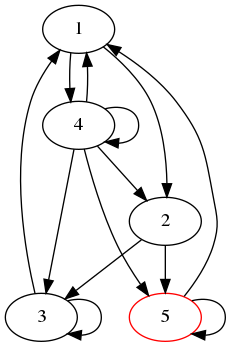
Before: TP5_DUROUCHOUX_TRINH/TP5/Digraph.gv.png, a diagram exported from Graphviz (cindytrinh/Pyt_tps). Its source is kept beside it as TP5_DUROUCHOUX_TRINH/TP5/Digraph.gv.
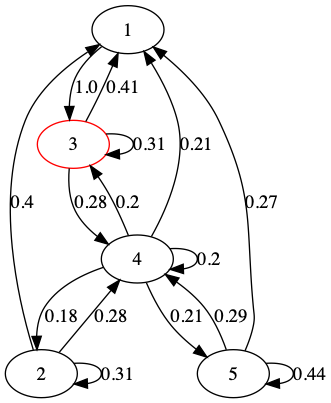
The same file after the commit.

What changed in the source:
```diff
@@ -1,20 +1,22 @@
 digraph {
 	1 [label=1]
 	2 [label=2]
-	3 [label=3]
+	3 [label=3 color=red]
 	4 [label=4]
-	5 [label=5 color=red]
-	1 -> 2
-	1 -> 4
-	2 -> 3
-	2 -> 5
-	3 -> 1
-	3 -> 3
-	4 -> 1
-	4 -> 2
-	4 -> 3
-	4 -> 4
-	4 -> 5
-	5 -> 1
-	5 -> 5
+	5 [label=5]
+	1 -> 3 [label=1.0]
+	2 -> 1 [label=0.4]
+	2 -> 2 [label=0.31]
+	2 -> 4 [label=0.28]
+	3 -> 1 [label=0.41]
+	3 -> 3 [label=0.31]
+	3 -> 4 [label=0.28]
+	4 -> 1 [label=0.21]
+	4 -> 2 [label=0.18]
+	4 -> 3 [label=0.2]
+	4 -> 4 [label=0.2]
+	4 -> 5 [label=0.21]
+	5 -> 1 [label=0.27]
+	5 -> 4 [label=0.29]
+	5 -> 5 [label=0.44]
 }
```
